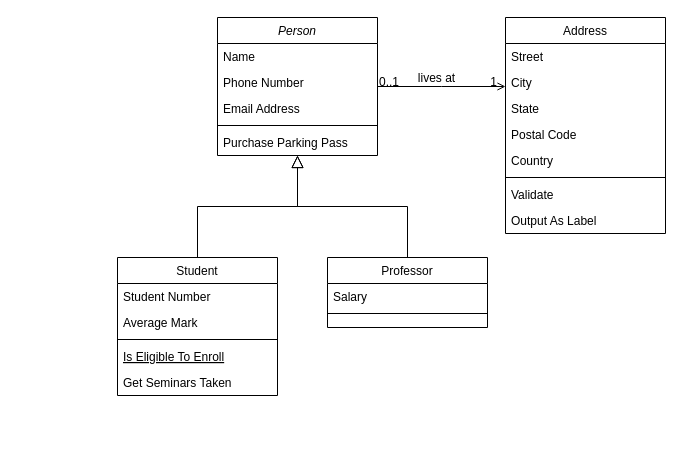
Above: AgFarmMW.drawio in CGSkill/DrawIo (draw.io), before the change. Source tidied: cells renumbered, new cells numbered last; positions are measured from the earlier drawing's top-left corner, leaving out a move shared by most shapes. Both pictures are drawn from the tidied source at 100%, with x=0, y=0 at pixel (117, 17).
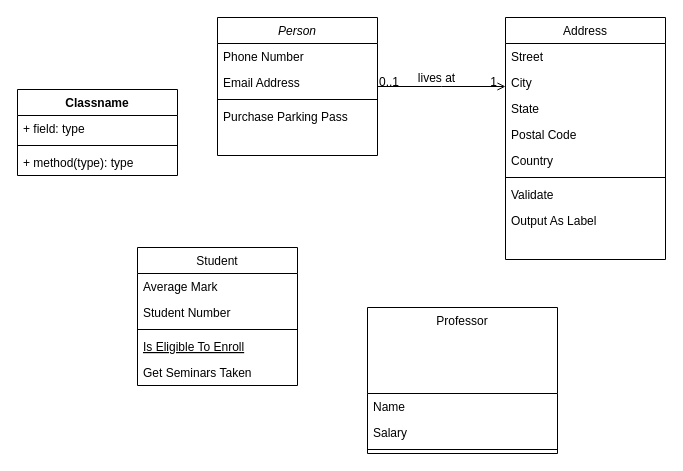
Above is the later version.

The change refers to these unchanged cells:
```xml
<mxCell id="2" value="Person" style="swimlane;fontStyle=2;align=center;verticalAlign=top;horizontal=1;startSize=26;rounded=0;shadow=0;strokeWidth=1;" parent="1" vertex="1">
  <mxGeometry x="100" width="160" height="138" as="geometry" />
</mxCell>
```

Change to the diagram source:
```diff
@@
-    <mxCell id="3" value="Name" style="text;align=left;verticalAlign=top;spacingLeft=4;spacingRight=4;overflow=hidden;" parent="2" vertex="1">
-      <mxGeometry y="26" width="160" height="26" as="geometry" />
-    </mxCell>
     <mxCell id="4" value="Phone Number" style="text;align=left;verticalAlign=top;spacingLeft=4;spacingRight=4;overflow=hidden;rounded=0;shadow=0;html=0;" parent="2" vertex="1">
-      <mxGeometry y="52" width="160" height="26" as="geometry" />
+      <mxGeometry y="26" width="160" height="26" as="geometry" />
     </mxCell>
     <mxCell id="5" value="Email Address" style="text;align=left;verticalAlign=top;spacingLeft=4;spacingRight=4;overflow=hidden;rounded=0;shadow=0;html=0;" parent="2" vertex="1">
-      <mxGeometry y="78" width="160" height="26" as="geometry" />
+      <mxGeometry y="52" width="160" height="26" as="geometry" />
     </mxCell>
     <mxCell id="6" style="line;html=1;strokeWidth=1;align=left;verticalAlign=middle;spacingTop=-1;spacingLeft=3;spacingRight=3;labelPosition=right;" parent="2" vertex="1">
-      <mxGeometry y="104" width="160" height="8" as="geometry" />
+      <mxGeometry y="78" width="160" height="8" as="geometry" />
     </mxCell>
     <mxCell id="7" value="Purchase Parking Pass" style="text;align=left;verticalAlign=top;spacingLeft=4;spacingRight=4;overflow=hidden;" parent="2" vertex="1">
-      <mxGeometry y="112" width="160" height="26" as="geometry" />
+      <mxGeometry y="86" width="160" height="26" as="geometry" />
     </mxCell>
     <mxCell id="8" value="Student" style="swimlane;fontStyle=0;align=center;verticalAlign=top;horizontal=1;startSize=26;rounded=0;shadow=0;strokeWidth=1;" parent="1" vertex="1">
-      <mxGeometry y="240" width="160" height="138" as="geometry" />
+      <mxGeometry x="20" y="230" width="160" height="138" as="geometry" />
     </mxCell>
+    <mxCell id="10" value="Average Mark" style="text;align=left;verticalAlign=top;spacingLeft=4;spacingRight=4;overflow=hidden;rounded=0;shadow=0;html=0;" parent="8" vertex="1">
+      <mxGeometry y="26" width="160" height="26" as="geometry" />
+    </mxCell>
     <mxCell id="9" value="Student Number" style="text;align=left;verticalAlign=top;spacingLeft=4;spacingRight=4;overflow=hidden;" parent="8" vertex="1">
-      <mxGeometry y="26" width="160" height="26" as="geometry" />
+      <mxGeometry y="52" width="160" height="26" as="geometry" />
     </mxCell>
-    <mxCell id="10" value="Average Mark" style="text;align=left;verticalAlign=top;spacingLeft=4;spacingRight=4;overflow=hidden;rounded=0;shadow=0;html=0;" parent="8" vertex="1">
-      <mxGeometry y="52" width="160" height="26" as="geometry" />
-    </mxCell>
@@
-    <mxCell id="14" style="endArrow=block;endSize=10;endFill=0;shadow=0;strokeWidth=1;rounded=0;edgeStyle=elbowEdgeStyle;elbow=vertical;" parent="1" edge="1" source="8" target="2">
-      <mxGeometry relative="1" as="geometry" />
-    </mxCell>
-    <mxCell id="15" value="Professor" style="swimlane;fontStyle=0;align=center;verticalAlign=top;horizontal=1;startSize=26;rounded=0;shadow=0;strokeWidth=1;" parent="1" vertex="1">
-      <mxGeometry x="210" y="240" width="160" height="70" as="geometry" />
+    <mxCell id="15" value="Professor" style="swimlane;fontStyle=0;align=center;verticalAlign=top;horizontal=1;startSize=86;rounded=0;shadow=0;strokeWidth=1;" parent="1" vertex="1">
+      <mxGeometry x="250" y="290" width="190" height="146" as="geometry" />
     </mxCell>
+    <mxCell id="3" value="Name" style="text;align=left;verticalAlign=top;spacingLeft=4;spacingRight=4;overflow=hidden;" parent="15" vertex="1">
+      <mxGeometry y="86" width="190" height="26" as="geometry" />
+    </mxCell>
     <mxCell id="16" value="Salary" style="text;align=left;verticalAlign=top;spacingLeft=4;spacingRight=4;overflow=hidden;" parent="15" vertex="1">
-      <mxGeometry y="26" width="160" height="26" as="geometry" />
+      <mxGeometry y="112" width="190" height="26" as="geometry" />
     </mxCell>
     <mxCell id="17" style="line;html=1;strokeWidth=1;align=left;verticalAlign=middle;spacingTop=-1;spacingLeft=3;spacingRight=3;labelPosition=right;" parent="15" vertex="1">
-      <mxGeometry y="52" width="160" height="8" as="geometry" />
+      <mxGeometry y="138" width="190" height="8" as="geometry" />
     </mxCell>
-    <mxCell id="18" style="endArrow=block;endSize=10;endFill=0;shadow=0;strokeWidth=1;rounded=0;edgeStyle=elbowEdgeStyle;elbow=vertical;" parent="1" edge="1" source="15" target="2">
-      <mxGeometry relative="1" as="geometry" />
-    </mxCell>
     <mxCell id="19" value="Address" style="swimlane;fontStyle=0;align=center;verticalAlign=top;horizontal=1;startSize=26;rounded=0;shadow=0;strokeWidth=1;" parent="1" vertex="1">
-      <mxGeometry x="388" width="160" height="216" as="geometry" />
+      <mxGeometry x="388" width="160" height="242" as="geometry" />
     </mxCell>
@@
+    <mxCell id="32" value="Classname" style="swimlane;fontStyle=1;align=center;verticalAlign=top;horizontal=1;startSize=26;whiteSpace=wrap;html=1;" parent="1" vertex="1">
+      <mxGeometry x="-100" y="72" width="160" height="86" as="geometry" />
+    </mxCell>
+    <mxCell id="33" value="+ field: type" style="text;strokeColor=none;fillColor=none;align=left;verticalAlign=top;spacingLeft=4;spacingRight=4;overflow=hidden;whiteSpace=wrap;html=1;" parent="32" vertex="1">
+      <mxGeometry y="26" width="160" height="26" as="geometry" />
+    </mxCell>
+    <mxCell id="34" style="line;strokeWidth=1;fillColor=none;align=left;verticalAlign=middle;spacingTop=-1;spacingLeft=3;spacingRight=3;labelPosition=right;strokeColor=inherit;" parent="32" vertex="1">
+      <mxGeometry y="52" width="160" height="8" as="geometry" />
+    </mxCell>
+    <mxCell id="35" value="+ method(type): type" style="text;strokeColor=none;fillColor=none;align=left;verticalAlign=top;spacingLeft=4;spacingRight=4;overflow=hidden;whiteSpace=wrap;html=1;" parent="32" vertex="1">
+      <mxGeometry y="60" width="160" height="26" as="geometry" />
+    </mxCell>
```
